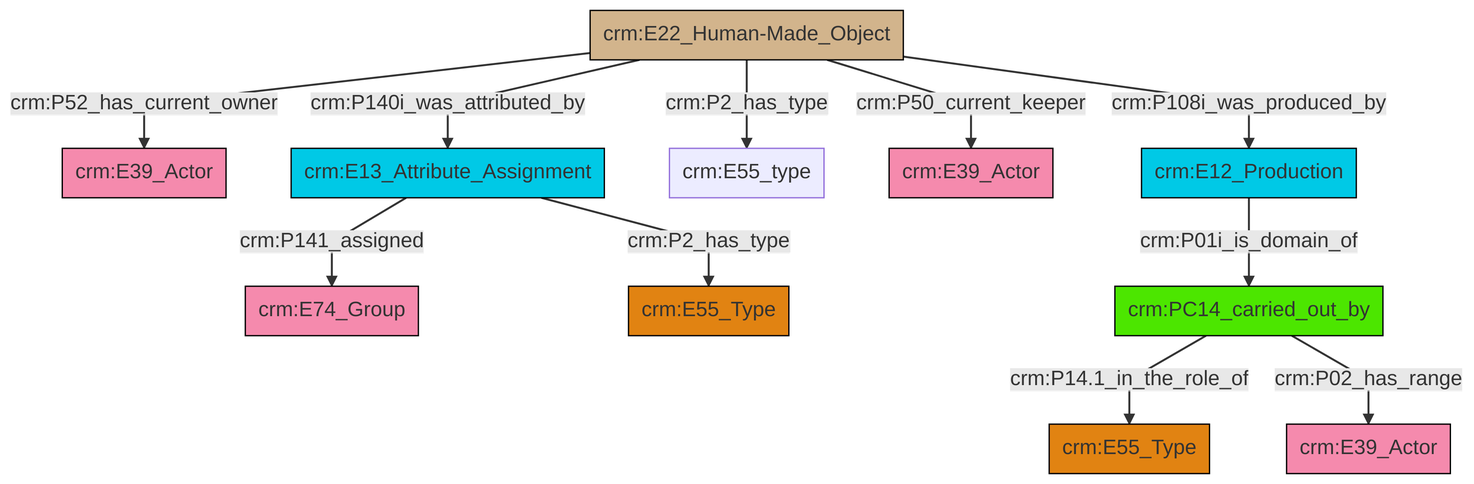
The Mermaid diagram et/artworkCSV/ttl/mmd/png/Artwork_Actor_Relations.png in swiss-art-research-net/docs.swissartresearch, before a commit. Its source is kept beside it as et/artworkCSV/ttl/mmd/Artwork_Actor_Relations.ttl.mmd.
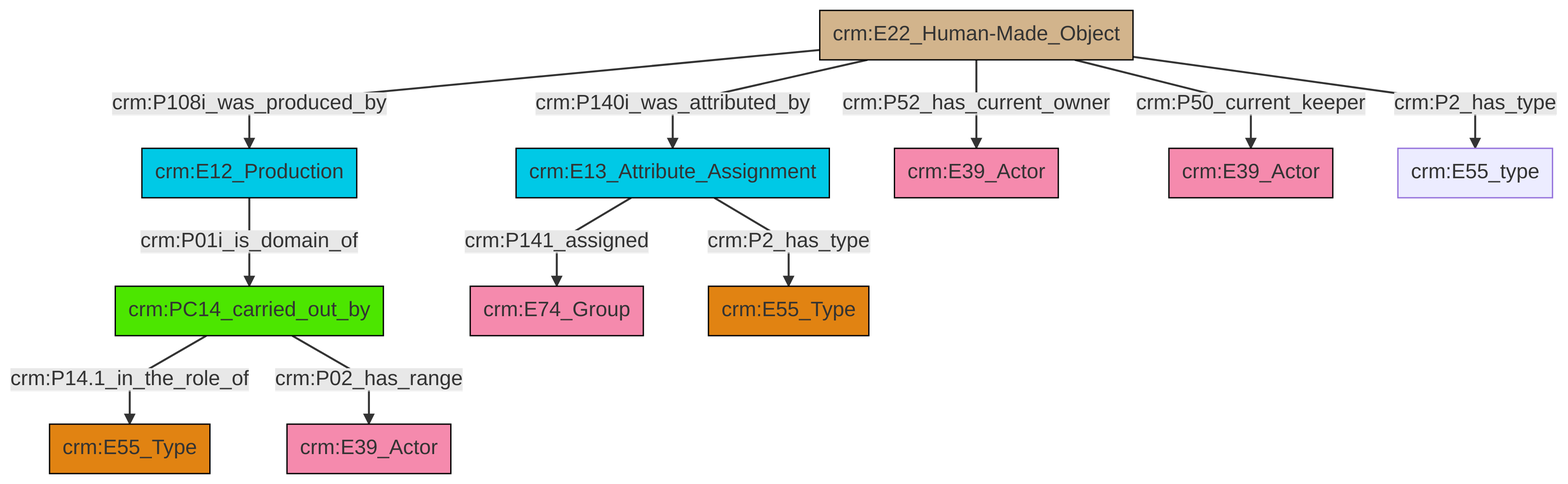
The same file after the commit.

The edit, as a diff of the source:
```diff
@@ -13,13 +13,13 @@
 classDef PC_Classes fill:#4ce600, stroke:#000000;
 classDef Multi fill:#cccccc,stroke:#000000;
 
-2["crm:E12_Production"]:::Temporal_Entity -->|crm:P01i_is_domain_of| 3["crm:PC14_carried_out_by"]:::PC_Classes
-4["crm:E13_Attribute_Assignment"]:::Temporal_Entity -->|crm:P141_assigned| 0["crm:E74_Group"]:::Actor
-8["crm:E22_Human-Made_Object"]:::Physical_Thing -->|crm:P52_has_current_owner| 9["crm:E39_Actor"]:::Actor
-3["crm:PC14_carried_out_by"]:::PC_Classes -->|crm:P14.1_in_the_role_of| 12["crm:E55_Type"]:::Type
-8["crm:E22_Human-Made_Object"]:::Physical_Thing -->|crm:P140i_was_attributed_by| 4["crm:E13_Attribute_Assignment"]:::Temporal_Entity
-8["crm:E22_Human-Made_Object"]:::Physical_Thing -->|crm:P2_has_type| 10["crm:E55_type"]:::Default
-3["crm:PC14_carried_out_by"]:::PC_Classes -->|crm:P02_has_range| 19["crm:E39_Actor"]:::Actor
-8["crm:E22_Human-Made_Object"]:::Physical_Thing -->|crm:P50_current_keeper| 14["crm:E39_Actor"]:::Actor
-4["crm:E13_Attribute_Assignment"]:::Temporal_Entity -->|crm:P2_has_type| 5["crm:E55_Type"]:::Type
-8["crm:E22_Human-Made_Object"]:::Physical_Thing -->|crm:P108i_was_produced_by| 2["crm:E12_Production"]:::Temporal_Entity
+0["crm:E12_Production"]:::Temporal_Entity -->|crm:P01i_is_domain_of| 2["crm:PC14_carried_out_by"]:::PC_Classes
+10["crm:E13_Attribute_Assignment"]:::Temporal_Entity -->|crm:P2_has_type| 8["crm:E55_Type"]:::Type
+11["crm:E22_Human-Made_Object"]:::Physical_Thing -->|crm:P52_has_current_owner| 12["crm:E39_Actor"]:::Actor
+11["crm:E22_Human-Made_Object"]:::Physical_Thing -->|crm:P140i_was_attributed_by| 10["crm:E13_Attribute_Assignment"]:::Temporal_Entity
+2["crm:PC14_carried_out_by"]:::PC_Classes -->|crm:P14.1_in_the_role_of| 4["crm:E55_Type"]:::Type
+11["crm:E22_Human-Made_Object"]:::Physical_Thing -->|crm:P108i_was_produced_by| 0["crm:E12_Production"]:::Temporal_Entity
+11["crm:E22_Human-Made_Object"]:::Physical_Thing -->|crm:P50_current_keeper| 16["crm:E39_Actor"]:::Actor
+10["crm:E13_Attribute_Assignment"]:::Temporal_Entity -->|crm:P141_assigned| 6["crm:E74_Group"]:::Actor
+11["crm:E22_Human-Made_Object"]:::Physical_Thing -->|crm:P2_has_type| 18["crm:E55_type"]:::Default
+2["crm:PC14_carried_out_by"]:::PC_Classes -->|crm:P02_has_range| 13["crm:E39_Actor"]:::Actor
```
